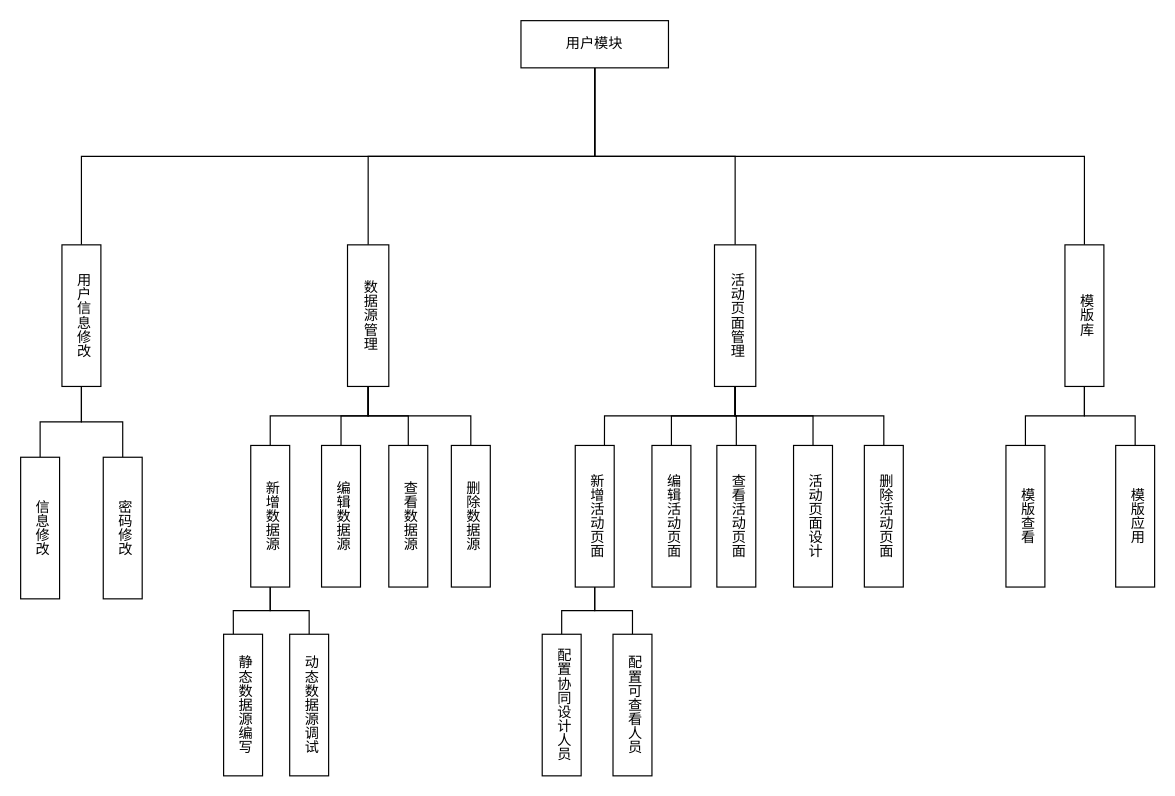
Before: 用户模块结构图.drawio in yuxinyu12345/diagrams, a draw.io diagram. Source tidied: cells renumbered, new cells numbered last; positions are measured from the earlier drawing's top-left corner, leaving out a move shared by most shapes. Both pictures are drawn from the tidied source at 118%, with x=0, y=0 at pixel (20, 20).
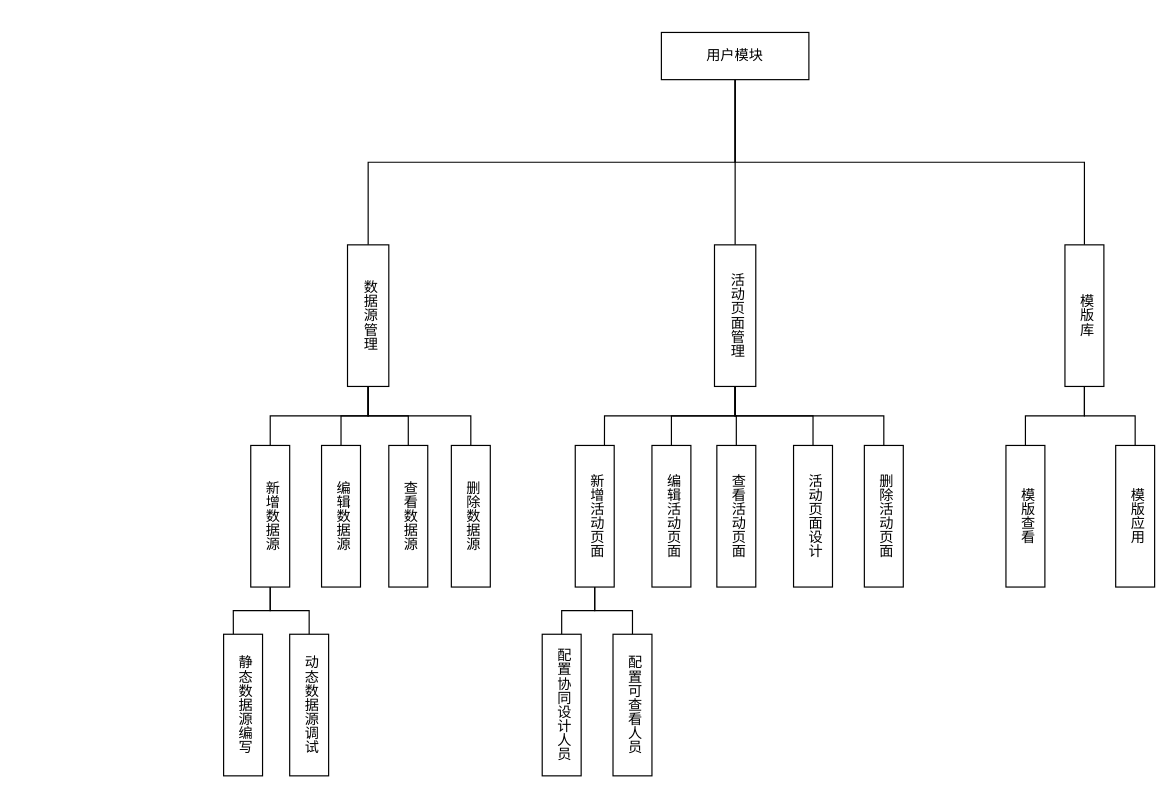
Above is the later version.

Commit message:
更新用户模块结构图.drawio

What changed in the source:
```diff
@@
-    <mxCell id="5" style="edgeStyle=orthogonalEdgeStyle;rounded=0;jettySize=auto;html=1;exitX=0.5;exitY=1;exitDx=0;exitDy=0;entryX=0.5;entryY=0;entryDx=0;entryDy=0;endArrow=none;endFill=0;" parent="1" edge="1" source="6" target="23">
-      <mxGeometry relative="1" as="geometry" />
-    </mxCell>
     <mxCell id="6" value="用户模块" style="rounded=0;whiteSpace=wrap;html=1;" parent="1" vertex="1">
-      <mxGeometry x="424" width="125" height="40" as="geometry" />
+      <mxGeometry x="543" y="10" width="125" height="40" as="geometry" />
     </mxCell>
@@
-    <mxCell id="21" style="edgeStyle=orthogonalEdgeStyle;rounded=0;jettySize=auto;html=1;exitX=0.5;exitY=1;exitDx=0;exitDy=0;entryX=0.5;entryY=0;entryDx=0;entryDy=0;endArrow=none;endFill=0;" parent="1" edge="1" source="23" target="24">
-      <mxGeometry relative="1" as="geometry" />
-    </mxCell>
-    <mxCell id="22" style="edgeStyle=orthogonalEdgeStyle;rounded=0;jettySize=auto;html=1;exitX=0.5;exitY=1;exitDx=0;exitDy=0;entryX=0.5;entryY=0;entryDx=0;entryDy=0;endArrow=none;endFill=0;" parent="1" edge="1" source="23" target="25">
-      <mxGeometry relative="1" as="geometry" />
-    </mxCell>
-    <mxCell id="23" value="用户信息修改" style="rounded=0;whiteSpace=wrap;html=1;verticalAlign=middle;align=center;labelPosition=center;verticalLabelPosition=middle;textDirection=vertical-rl;spacing=0;" parent="1" vertex="1">
-      <mxGeometry x="35" y="190" width="33" height="120" as="geometry" />
-    </mxCell>
-    <mxCell id="24" value="信息修改" style="rounded=0;whiteSpace=wrap;html=1;verticalAlign=middle;align=center;labelPosition=center;verticalLabelPosition=middle;textDirection=vertical-rl;spacing=0;" parent="1" vertex="1">
-      <mxGeometry y="370" width="33" height="120" as="geometry" />
-    </mxCell>
-    <mxCell id="25" value="密码修改" style="rounded=0;whiteSpace=wrap;html=1;verticalAlign=middle;align=center;labelPosition=center;verticalLabelPosition=middle;textDirection=vertical-rl;spacing=0;" parent="1" vertex="1">
-      <mxGeometry x="70" y="370" width="33" height="120" as="geometry" />
-    </mxCell>
```
